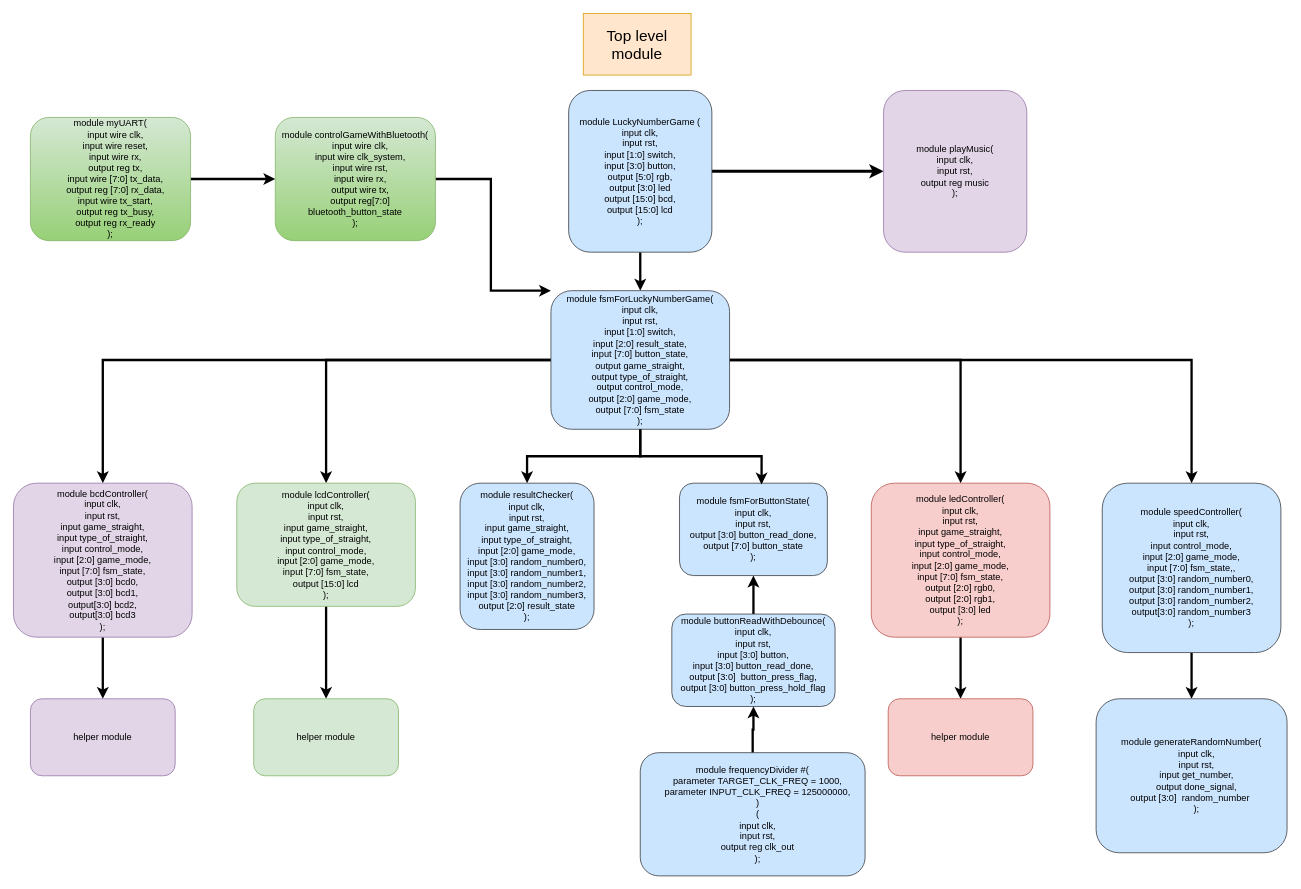
The draw.io diagram Document/Module_design_v1.drawio in nguyenthinhthanh/Lucky_Number_Game, before the edit. Source tidied: cells renumbered, new cells numbered last; positions are measured from the earlier drawing's top-left corner, leaving out a move shared by most shapes. Both pictures are drawn from the tidied source at 77%, with x=0, y=0 at pixel (13, 13).
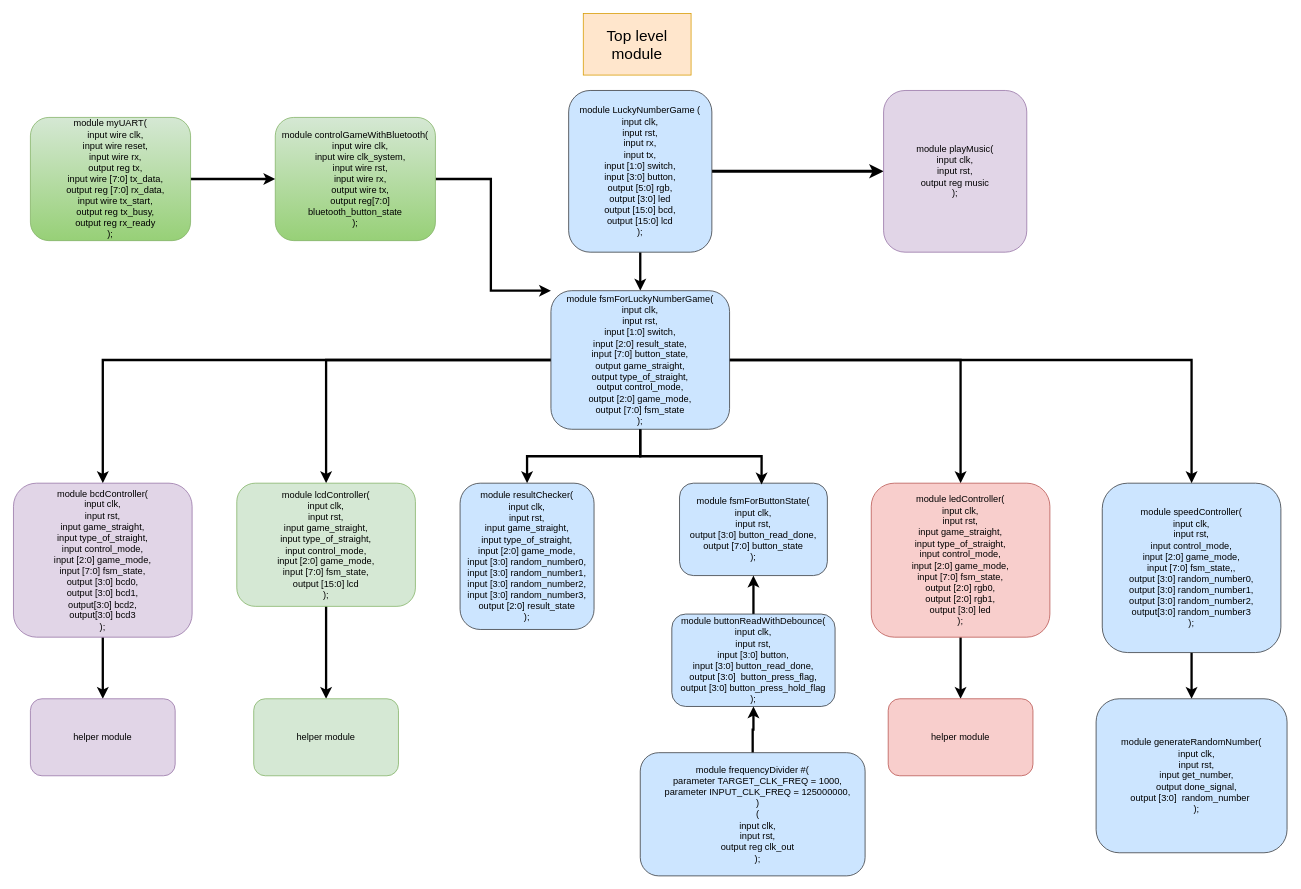
The same page after the edit.

Commit message (it also covers changes not shown here):
Update document for uart

Diff of the diagram source:
```diff
@@
-    <mxCell id="4" value="module LuckyNumberGame (&lt;br&gt;    input clk,&lt;br&gt;    input rst,&lt;br&gt;    input [1:0] switch,&lt;div&gt;input [3:0] button,&lt;/div&gt;&lt;div&gt;output [5:0] rgb,&lt;/div&gt;&lt;div&gt;&lt;div&gt;    output [3:0] led&lt;/div&gt;&lt;div&gt;output [15:0] bcd,&lt;/div&gt;&lt;div&gt;output [15:0] lcd&lt;/div&gt;&lt;div&gt;);&lt;/div&gt;&lt;/div&gt;" style="rounded=1;whiteSpace=wrap;html=1;fillColor=#cce5ff;strokeColor=#36393d;" parent="1" vertex="1">
+    <mxCell id="4" value="module LuckyNumberGame (&lt;br&gt;    input clk,&lt;br&gt;    input rst,&lt;div&gt;input rx,&lt;/div&gt;&lt;div&gt;input tx,&lt;br&gt;    input [1:0] switch,&lt;div&gt;input [3:0] button,&lt;/div&gt;&lt;div&gt;output [5:0] rgb,&lt;/div&gt;&lt;div&gt;&lt;div&gt;    output [3:0] led&lt;/div&gt;&lt;div&gt;output [15:0] bcd,&lt;/div&gt;&lt;div&gt;output [15:0] lcd&lt;/div&gt;&lt;div&gt;);&lt;/div&gt;&lt;/div&gt;&lt;/div&gt;" style="rounded=1;whiteSpace=wrap;html=1;fillColor=#cce5ff;strokeColor=#36393d;" parent="1" vertex="1">
       <mxGeometry x="721" y="100" width="186" height="210" as="geometry" />
     </mxCell>
```
